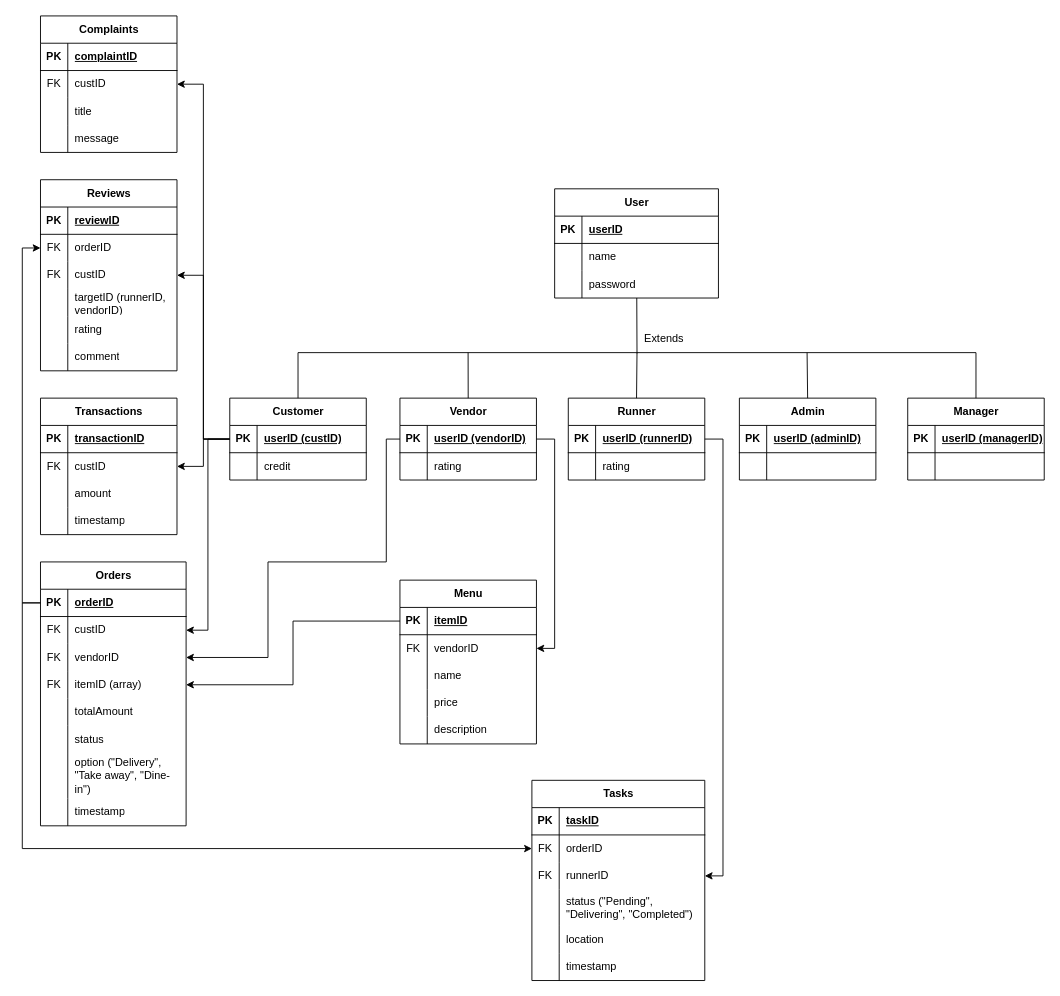
Before: ERD (draft).drawio in CodingHub8/Food_Ordering_System, a draw.io diagram. Source tidied: cells renumbered, new cells numbered last; positions are measured from the earlier drawing's top-left corner, leaving out a move shared by most shapes. Both pictures are drawn from the tidied source at 91%, with x=0, y=0 at pixel (40, 15).
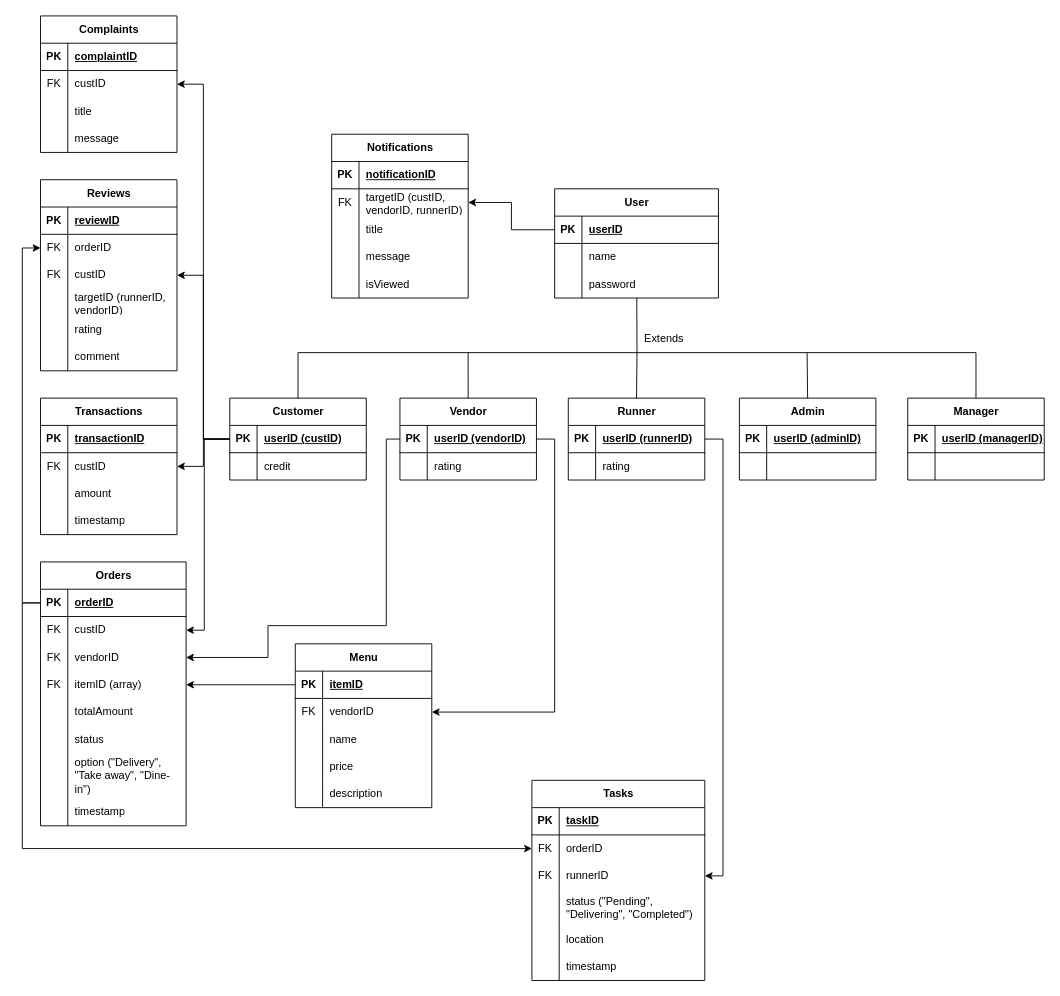
The same page after the edit.

The change refers to these unchanged cells:
```xml
<mxCell id="3" style="shape=tableRow;horizontal=0;startSize=0;swimlaneHead=0;swimlaneBody=0;fillColor=none;points=[[0,0.5],[1,0.5]];portConstraint=eastwest;top=0;left=0;right=0;bottom=1;" parent="2" vertex="1">
  <mxGeometry y="30" width="180" height="30" as="geometry" />
</mxCell>
<mxCell id="13" style="shape=tableRow;horizontal=0;startSize=0;swimlaneHead=0;swimlaneBody=0;fillColor=none;points=[[0,0.5],[1,0.5]];portConstraint=eastwest;top=0;left=0;right=0;bottom=1;" parent="12" vertex="1">
  <mxGeometry y="30" width="150" height="30" as="geometry" />
</mxCell>
<mxCell id="42" style="shape=tableRow;horizontal=0;startSize=0;swimlaneHead=0;swimlaneBody=0;fillColor=none;points=[[0,0.5],[1,0.5]];portConstraint=eastwest;top=0;left=0;right=0;bottom=1;" parent="41" vertex="1">
  <mxGeometry y="30" width="150" height="30" as="geometry" />
</mxCell>
<mxCell id="68" style="shape=tableRow;horizontal=0;startSize=0;swimlaneHead=0;swimlaneBody=0;fillColor=none;points=[[0,0.5],[1,0.5]];portConstraint=eastwest;top=0;left=0;right=0;bottom=0;" parent="64" vertex="1">
  <mxGeometry y="60" width="160" height="30" as="geometry" />
</mxCell>
<mxCell id="71" style="shape=tableRow;horizontal=0;startSize=0;swimlaneHead=0;swimlaneBody=0;fillColor=none;points=[[0,0.5],[1,0.5]];portConstraint=eastwest;top=0;left=0;right=0;bottom=0;" parent="64" vertex="1">
  <mxGeometry y="90" width="160" height="30" as="geometry" />
</mxCell>
```

The edit, as a diff of the source:
```diff
@@
     <mxCell id="48" value="Menu" style="shape=table;startSize=30;childLayout=tableLayout;rowLines=0;fontStyle=1;align=center;html=1;" parent="1" vertex="1">
-      <mxGeometry x="395" y="620" width="150" height="180" as="geometry" />
+      <mxGeometry x="280" y="690" width="150" height="180" as="geometry" />
     </mxCell>
@@
     <mxCell id="125" style="edgeStyle=orthogonalEdgeStyle;rounded=0;jettySize=auto;html=1;exitX=0;exitY=0.5;exitDx=0;exitDy=0;" parent="1" edge="1" source="13" target="71">
       <mxGeometry relative="1" as="geometry">
         <Array as="points">
           <mxPoint x="380" y="465" />
-          <mxPoint x="380" y="600" />
-          <mxPoint x="250" y="600" />
+          <mxPoint x="380" y="670" />
+          <mxPoint x="250" y="670" />
           <mxPoint x="250" y="705" />
         </Array>
       </mxGeometry>
     </mxCell>
     <mxCell id="126" style="edgeStyle=orthogonalEdgeStyle;rounded=0;jettySize=auto;html=1;exitX=0;exitY=0.5;exitDx=0;exitDy=0;entryX=1;entryY=0.5;entryDx=0;entryDy=0;" parent="1" edge="1" source="42" target="68">
-      <mxGeometry relative="1" as="geometry" />
+      <mxGeometry relative="1" as="geometry">
+        <Array as="points">
+          <mxPoint x="180" y="465" />
+          <mxPoint x="180" y="675" />
+        </Array>
+      </mxGeometry>
     </mxCell>
@@
+    <mxCell id="171" value="Notifications" style="shape=table;startSize=30;childLayout=tableLayout;rowLines=0;fontStyle=1;align=center;html=1;" parent="1" vertex="1">
+      <mxGeometry x="320" y="130" width="150" height="180" as="geometry" />
+    </mxCell>
+    <mxCell id="172" style="shape=tableRow;horizontal=0;startSize=0;swimlaneHead=0;swimlaneBody=0;fillColor=none;top=0;left=0;right=0;bottom=1;" parent="171" vertex="1">
+      <mxGeometry y="30" width="150" height="30" as="geometry" />
+    </mxCell>
+    <mxCell id="173" value="PK" style="shape=partialRectangle;fillColor=none;top=0;left=0;bottom=0;right=0;fontStyle=1;overflow=hidden;whiteSpace=wrap;html=1;" parent="172" vertex="1">
+      <mxGeometry width="30" height="30" as="geometry" />
+    </mxCell>
+    <mxCell id="174" value="notificationID" style="shape=partialRectangle;fillColor=none;top=0;left=0;bottom=0;right=0;align=left;spacingLeft=6;fontStyle=5;overflow=hidden;whiteSpace=wrap;html=1;" parent="172" vertex="1">
+      <mxGeometry x="30" width="120" height="30" as="geometry" />
+    </mxCell>
+    <mxCell id="175" style="shape=tableRow;horizontal=0;startSize=0;swimlaneHead=0;swimlaneBody=0;fillColor=none;points=[[0,0.5],[1,0.5]];portConstraint=eastwest;top=0;left=0;right=0;bottom=0;" parent="171" vertex="1">
+      <mxGeometry y="60" width="150" height="30" as="geometry" />
+    </mxCell>
+    <mxCell id="176" value="FK" style="shape=partialRectangle;fillColor=none;top=0;left=0;bottom=0;right=0;overflow=hidden;whiteSpace=wrap;html=1;" parent="175" vertex="1">
+      <mxGeometry width="30" height="30" as="geometry" />
+    </mxCell>
+    <mxCell id="177" value="targetID (custID, vendorID, runnerID)" style="shape=partialRectangle;fillColor=none;top=0;left=0;bottom=0;right=0;align=left;spacingLeft=6;overflow=hidden;whiteSpace=wrap;html=1;" parent="175" vertex="1">
+      <mxGeometry x="30" width="120" height="30" as="geometry" />
+    </mxCell>
+    <mxCell id="178" style="shape=tableRow;horizontal=0;startSize=0;swimlaneHead=0;swimlaneBody=0;fillColor=none;top=0;left=0;right=0;bottom=0;" parent="171" vertex="1">
+      <mxGeometry y="90" width="150" height="30" as="geometry" />
+    </mxCell>
+    <mxCell id="179" style="shape=partialRectangle;fillColor=none;top=0;left=0;bottom=0;right=0;overflow=hidden;whiteSpace=wrap;html=1;" parent="178" vertex="1">
+      <mxGeometry width="30" height="30" as="geometry" />
+    </mxCell>
+    <mxCell id="180" value="title" style="shape=partialRectangle;fillColor=none;top=0;left=0;bottom=0;right=0;align=left;spacingLeft=6;overflow=hidden;whiteSpace=wrap;html=1;" parent="178" vertex="1">
+      <mxGeometry x="30" width="120" height="30" as="geometry" />
+    </mxCell>
+    <mxCell id="181" style="shape=tableRow;horizontal=0;startSize=0;swimlaneHead=0;swimlaneBody=0;fillColor=none;top=0;left=0;right=0;bottom=0;" parent="171" vertex="1">
+      <mxGeometry y="120" width="150" height="30" as="geometry" />
+    </mxCell>
+    <mxCell id="182" style="shape=partialRectangle;fillColor=none;top=0;left=0;bottom=0;right=0;overflow=hidden;whiteSpace=wrap;html=1;" parent="181" vertex="1">
+      <mxGeometry width="30" height="30" as="geometry" />
+    </mxCell>
+    <mxCell id="183" value="message" style="shape=partialRectangle;fillColor=none;top=0;left=0;bottom=0;right=0;align=left;spacingLeft=6;overflow=hidden;whiteSpace=wrap;html=1;" parent="181" vertex="1">
+      <mxGeometry x="30" width="120" height="30" as="geometry" />
+    </mxCell>
+    <mxCell id="184" style="shape=tableRow;horizontal=0;startSize=0;swimlaneHead=0;swimlaneBody=0;fillColor=none;top=0;left=0;right=0;bottom=0;" parent="171" vertex="1">
+      <mxGeometry y="150" width="150" height="30" as="geometry" />
+    </mxCell>
+    <mxCell id="185" style="shape=partialRectangle;fillColor=none;top=0;left=0;bottom=0;right=0;overflow=hidden;whiteSpace=wrap;html=1;" parent="184" vertex="1">
+      <mxGeometry width="30" height="30" as="geometry" />
+    </mxCell>
+    <mxCell id="186" value="isViewed" style="shape=partialRectangle;fillColor=none;top=0;left=0;bottom=0;right=0;align=left;spacingLeft=6;overflow=hidden;whiteSpace=wrap;html=1;" parent="184" vertex="1">
+      <mxGeometry x="30" width="120" height="30" as="geometry" />
+    </mxCell>
+    <mxCell id="187" style="edgeStyle=orthogonalEdgeStyle;rounded=0;jettySize=auto;html=1;exitX=0;exitY=0.5;exitDx=0;exitDy=0;entryX=1;entryY=0.5;entryDx=0;entryDy=0;" parent="1" edge="1" source="3" target="175">
+      <mxGeometry relative="1" as="geometry" />
+    </mxCell>
```
